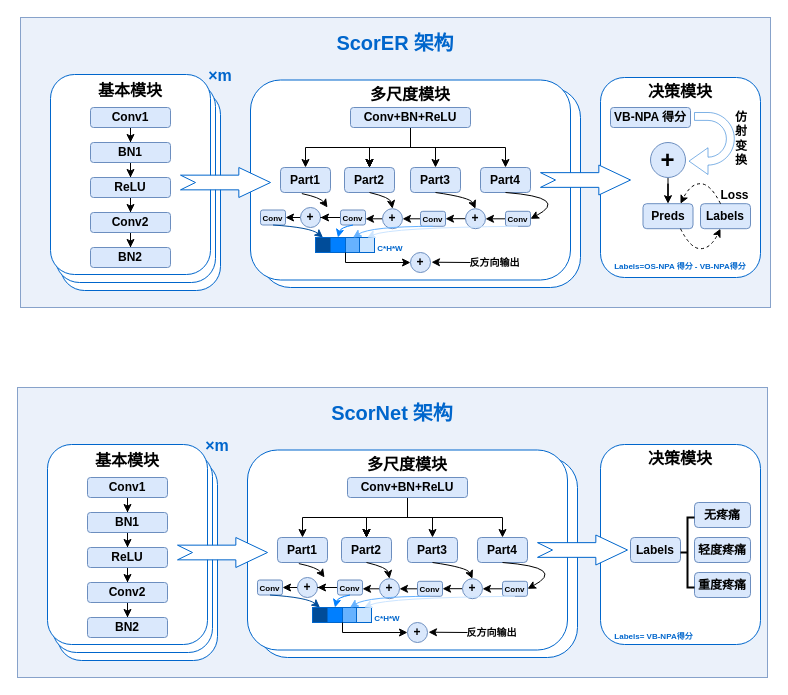
Earlier version of the draw.io diagram Graphs/ScorER.drawio (whenwedream/TELL). Source tidied: cells renumbered, new cells numbered last; positions are measured from the earlier drawing's top-left corner, leaving out a move shared by most shapes. Both pictures are drawn from the tidied source at 100%, with x=0, y=0 at pixel (17, 17).
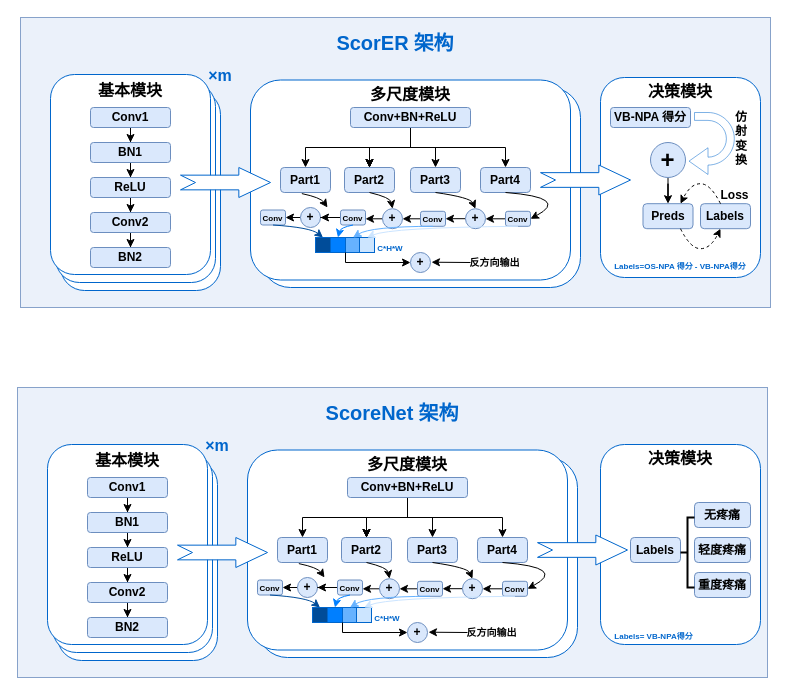
Above is the later version.

What changed in the source:
```diff
@@
-    <mxCell id="92" value="&lt;font style=&quot;font-size: 20px;&quot;&gt;&lt;b style=&quot;&quot;&gt;ScorNet&lt;font face=&quot;Times New Roman&quot;&gt;&amp;nbsp;架构&lt;/font&gt;&lt;/b&gt;&lt;/font&gt;" style="rounded=0;whiteSpace=wrap;html=1;opacity=0;fontColor=#0066CC;" parent="1" vertex="1">
+    <mxCell id="92" value="&lt;font style=&quot;font-size: 20px;&quot;&gt;&lt;b style=&quot;&quot;&gt;ScoreNet&lt;font face=&quot;Times New Roman&quot;&gt;&amp;nbsp;架构&lt;/font&gt;&lt;/b&gt;&lt;/font&gt;" style="rounded=0;whiteSpace=wrap;html=1;opacity=0;fontColor=#0066CC;" parent="1" vertex="1">
       <mxGeometry x="280" y="380" width="190" height="30" as="geometry" />
     </mxCell>
```
